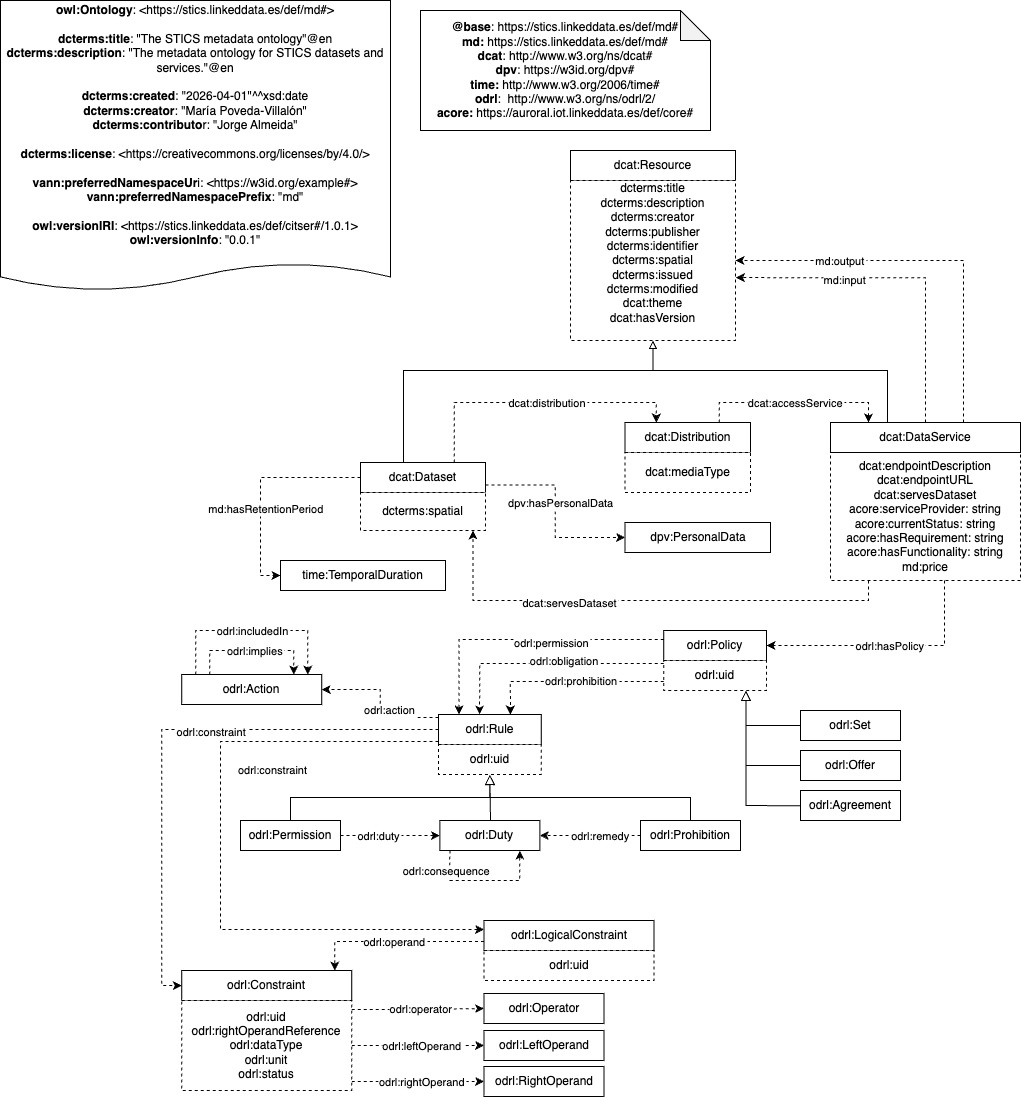
STICS-UPM/Ontology-Metadata keeps this draw.io diagram as diagrams/diagram.png. Above is the earlier version. Source tidied: cells renumbered, new cells last; positions are measured from the earlier drawing's top-left corner, leaving out a move shared by most shapes.
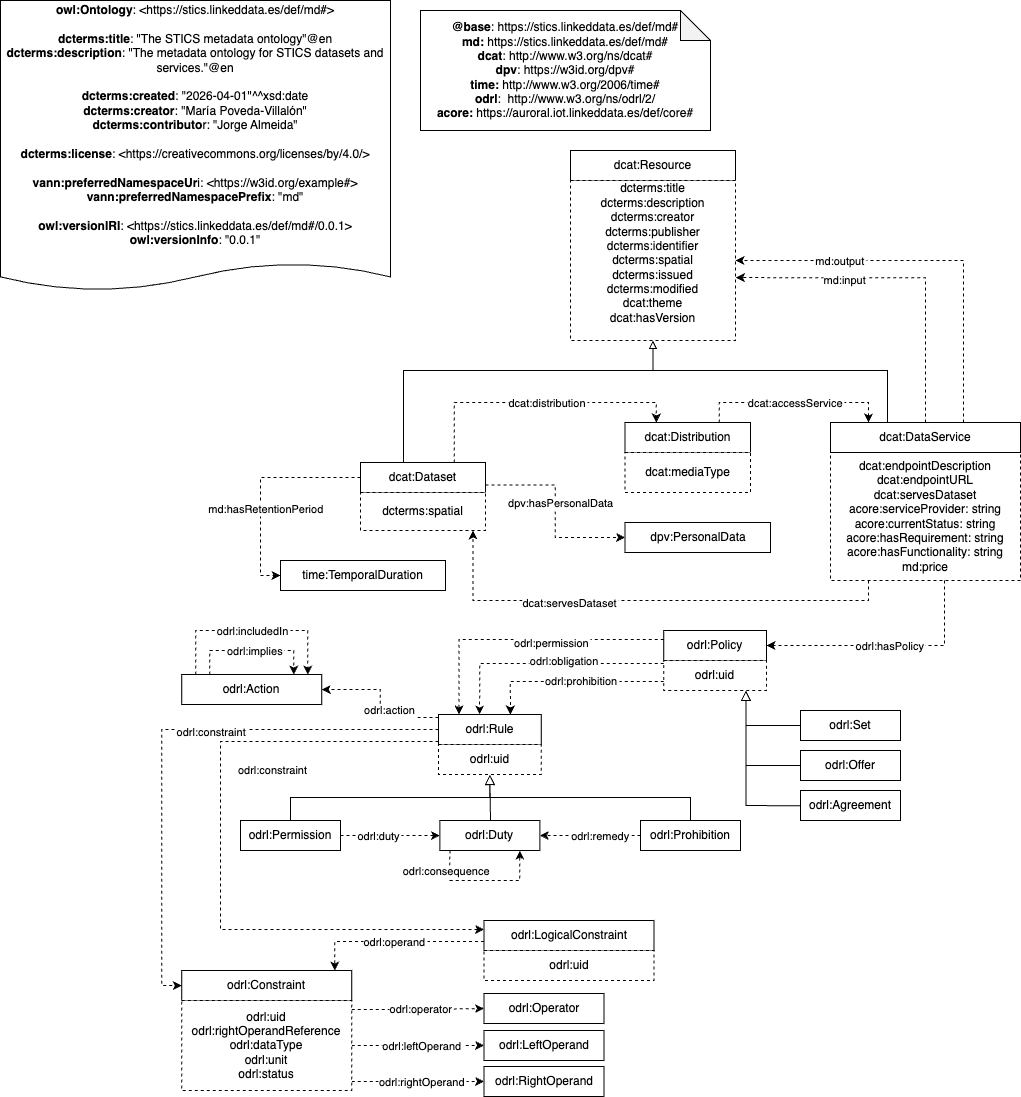
Above is the later version.

Change to the diagram source:
```diff
@@ -16,7 +16,7 @@
     <mxCell id="4" value="dcterms:title&lt;div&gt;dcterms:description&lt;br&gt;&lt;/div&gt;&lt;div&gt;&lt;span style=&quot;background-color: initial;&quot;&gt;dcterms&lt;/span&gt;:creator&lt;/div&gt;&lt;div&gt;&lt;span style=&quot;background-color: initial;&quot;&gt;dcterms&lt;/span&gt;:publisher&lt;/div&gt;&lt;div&gt;&lt;span style=&quot;background-color: initial;&quot;&gt;dcterms:identifier&lt;/span&gt;&lt;br&gt;&lt;/div&gt;&lt;div&gt;dcterms:spatial&lt;/div&gt;&lt;div&gt;dcterms:issued&lt;/div&gt;&lt;div&gt;dcterms:modified&lt;/div&gt;&lt;div&gt;dcat:theme&lt;/div&gt;&lt;div&gt;dcat:hasVersion&lt;/div&gt;&lt;div&gt;&lt;br&gt;&lt;/div&gt;" style="rounded=0;whiteSpace=wrap;html=1;snapToPoint=1;points=[[0.1,0],[0.2,0],[0.3,0],[0.4,0],[0.5,0],[0.6,0],[0.7,0],[0.8,0],[0.9,0],[0,0.1],[0,0.3],[0,0.5],[0,0.7],[0,0.9],[0.1,1],[0.2,1],[0.3,1],[0.4,1],[0.5,1],[0.6,1],[0.7,1],[0.8,1],[0.9,1],[1,0.1],[1,0.3],[1,0.5],[1,0.7],[1,0.9]];dashed=1;" parent="1" vertex="1">
       <mxGeometry x="570" y="180" width="165" height="160" as="geometry" />
     </mxCell>
-    <mxCell id="5" value="&lt;div&gt;&lt;b style=&quot;border-color: var(--border-color);&quot;&gt;owl:Ontology&lt;/b&gt;: &amp;lt;https://stics.linkeddata.es/def/md#&amp;gt;&lt;b&gt;&lt;br&gt;&lt;/b&gt;&lt;/div&gt;&lt;div&gt;&lt;b&gt;&lt;br&gt;&lt;/b&gt;&lt;/div&gt;&lt;div&gt;&lt;span style=&quot;background-color: light-dark(rgb(255, 255, 255), rgb(18, 18, 18));&quot;&gt;&lt;b&gt;dcterms&lt;/b&gt;&lt;/span&gt;&lt;b&gt;:title&lt;/b&gt;: &quot;The STICS metadata ontology&quot;@en &lt;br&gt;&lt;b&gt;dcterms&lt;/b&gt;&lt;b&gt;:description&lt;/b&gt;: &quot;The metadata ontology for STICS datasets and services.&quot;@en &lt;br&gt;&lt;br&gt;&lt;b&gt;dcterms&lt;/b&gt;&lt;b&gt;:created&lt;/b&gt;: &quot;2026-04-01&quot;^^xsd:date &lt;br&gt;&lt;b&gt;dcterms&lt;/b&gt;&lt;b&gt;:creator&lt;/b&gt;: &quot;María Poveda-Villalón&quot;&lt;br&gt;&lt;b&gt;dcterms&lt;/b&gt;&lt;b&gt;:contributo&lt;/b&gt;r: &quot;Jorge Almeida&quot;&lt;br&gt;&lt;br&gt;&lt;b&gt;dcterms&lt;/b&gt;&lt;b&gt;:license&lt;/b&gt;: &amp;lt;https://creativecommons.org/licenses/by/4.0/&amp;gt;&lt;br&gt;&lt;/div&gt;&lt;div&gt;&lt;br&gt;&lt;/div&gt;&lt;div&gt;&lt;b&gt;vann:preferredNamespaceUr&lt;/b&gt;i: &amp;lt;https://w3id.org/example#&amp;gt;&lt;br&gt;&lt;b&gt;vann:preferredNamespacePrefix&lt;/b&gt;: &quot;md&quot; &lt;br&gt;&lt;br&gt;&lt;b&gt;owl:versionIRI&lt;/b&gt;: &amp;lt;https://stics.linkeddata.es/def/citser#/1.0.1&amp;gt;&lt;br&gt;&lt;b&gt;owl:versionInfo&lt;/b&gt;: &quot;0.0.1&quot;&lt;br&gt;&lt;br&gt;&lt;/div&gt;" style="shape=document;whiteSpace=wrap;html=1;boundedLbl=1;labelBackgroundColor=#ffffff;strokeColor=#000000;fontSize=12;fontColor=#000000;size=0.09375;" parent="1" vertex="1">
+    <mxCell id="5" value="&lt;div&gt;&lt;b style=&quot;border-color: var(--border-color);&quot;&gt;owl:Ontology&lt;/b&gt;: &amp;lt;https://stics.linkeddata.es/def/md#&amp;gt;&lt;b&gt;&lt;br&gt;&lt;/b&gt;&lt;/div&gt;&lt;div&gt;&lt;b&gt;&lt;br&gt;&lt;/b&gt;&lt;/div&gt;&lt;div&gt;&lt;span style=&quot;background-color: light-dark(rgb(255, 255, 255), rgb(18, 18, 18));&quot;&gt;&lt;b&gt;dcterms&lt;/b&gt;&lt;/span&gt;&lt;b&gt;:title&lt;/b&gt;: &quot;The STICS metadata ontology&quot;@en &lt;br&gt;&lt;b&gt;dcterms&lt;/b&gt;&lt;b&gt;:description&lt;/b&gt;: &quot;The metadata ontology for STICS datasets and services.&quot;@en &lt;br&gt;&lt;br&gt;&lt;b&gt;dcterms&lt;/b&gt;&lt;b&gt;:created&lt;/b&gt;: &quot;2026-04-01&quot;^^xsd:date &lt;br&gt;&lt;b&gt;dcterms&lt;/b&gt;&lt;b&gt;:creator&lt;/b&gt;: &quot;María Poveda-Villalón&quot;&lt;br&gt;&lt;b&gt;dcterms&lt;/b&gt;&lt;b&gt;:contributo&lt;/b&gt;r: &quot;Jorge Almeida&quot;&lt;br&gt;&lt;br&gt;&lt;b&gt;dcterms&lt;/b&gt;&lt;b&gt;:license&lt;/b&gt;: &amp;lt;https://creativecommons.org/licenses/by/4.0/&amp;gt;&lt;br&gt;&lt;/div&gt;&lt;div&gt;&lt;br&gt;&lt;/div&gt;&lt;div&gt;&lt;b&gt;vann:preferredNamespaceUr&lt;/b&gt;i: &amp;lt;https://w3id.org/example#&amp;gt;&lt;br&gt;&lt;b&gt;vann:preferredNamespacePrefix&lt;/b&gt;: &quot;md&quot; &lt;br&gt;&lt;br&gt;&lt;b&gt;owl:versionIRI&lt;/b&gt;: &amp;lt;https://stics.linkeddata.es/def/md#/0.0.1&amp;gt;&lt;br&gt;&lt;b&gt;owl:versionInfo&lt;/b&gt;: &quot;0.0.1&quot;&lt;br&gt;&lt;br&gt;&lt;/div&gt;" style="shape=document;whiteSpace=wrap;html=1;boundedLbl=1;labelBackgroundColor=#ffffff;strokeColor=#000000;fontSize=12;fontColor=#000000;size=0.09375;" parent="1" vertex="1">
       <mxGeometry width="390" height="290" as="geometry" />
     </mxCell>
     <mxCell id="6" value="&lt;div&gt;&lt;b&gt;@base&lt;/b&gt;:&amp;nbsp;&lt;span style=&quot;background-color: rgb(255, 255, 255);&quot;&gt;https://stics.linkeddata.es/def/md#&lt;/span&gt;&lt;/div&gt;&lt;div style=&quot;&quot;&gt;&lt;b&gt;md:&lt;/b&gt;&amp;nbsp;&lt;span style=&quot;background-color: rgb(255, 255, 255);&quot;&gt;https://stics.linkeddata.es/def/md#&lt;/span&gt;&lt;/div&gt;&lt;div style=&quot;&quot;&gt;&lt;span style=&quot;background-color: rgb(255, 255, 255);&quot;&gt;&lt;b&gt;dcat&lt;/b&gt;:&amp;nbsp;&lt;/span&gt;&lt;span style=&quot;background-color: initial;&quot;&gt;http://www.w3.org/ns/dcat#&lt;/span&gt;&lt;/div&gt;&lt;div style=&quot;&quot;&gt;&lt;span style=&quot;background-color: rgb(255, 255, 255);&quot;&gt;&lt;b&gt;dpv&lt;/b&gt;:&amp;nbsp;&lt;/span&gt;&lt;span style=&quot;background-color: initial;&quot;&gt;https://w3id.org/dpv#&lt;/span&gt;&lt;/div&gt;&lt;div style=&quot;&quot;&gt;&lt;b&gt;time:&lt;/b&gt;&amp;nbsp;&lt;span style=&quot;background-color: initial;&quot;&gt;http://www.w3.org/2006/time#&lt;/span&gt;&lt;span style=&quot;background-color: rgb(255, 255, 255);&quot;&gt;&lt;br&gt;&lt;/span&gt;&lt;/div&gt;&lt;div style=&quot;&quot;&gt;&lt;span style=&quot;background-color: initial;&quot;&gt;&lt;b&gt;odrl&lt;/b&gt;:&amp;nbsp;&lt;/span&gt;&lt;span style=&quot;background-color: initial;&quot;&gt;&amp;nbsp;http://www.w3.org/ns/odrl/2/&lt;/span&gt;&lt;/div&gt;&lt;div style=&quot;&quot;&gt;&lt;b&gt;acore:&lt;/b&gt;&amp;nbsp;&lt;span style=&quot;text-wrap: nowrap; background-color: initial;&quot;&gt;https://auroral.iot.linkeddata.es/def/core#&lt;/span&gt;&lt;span style=&quot;background-color: initial;&quot;&gt;&lt;br&gt;&lt;/span&gt;&lt;/div&gt;" style="shape=note;whiteSpace=wrap;html=1;backgroundOutline=1;darkOpacity=0.05;" parent="1" vertex="1">
```
